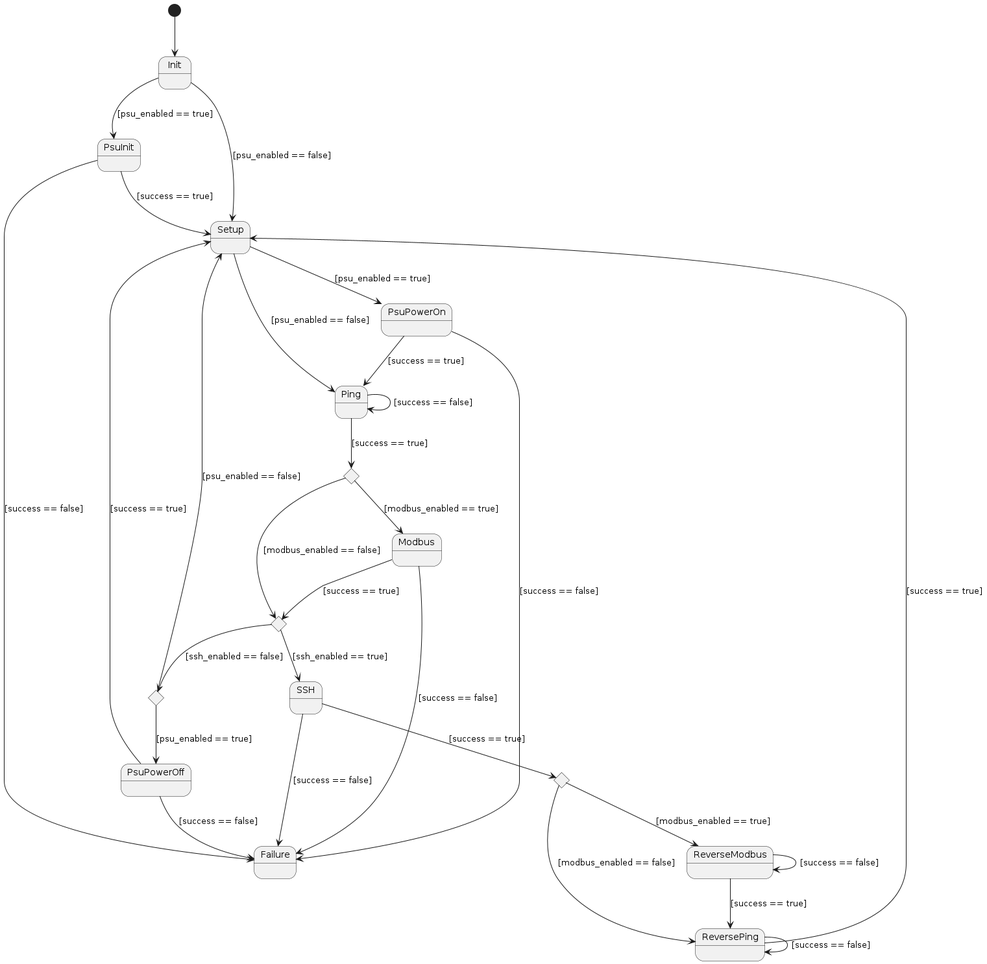
Before: assets/state_machine.png, a diagram exported from PlantUML (pixsys-electronics/PowerSupplyCycleTool).
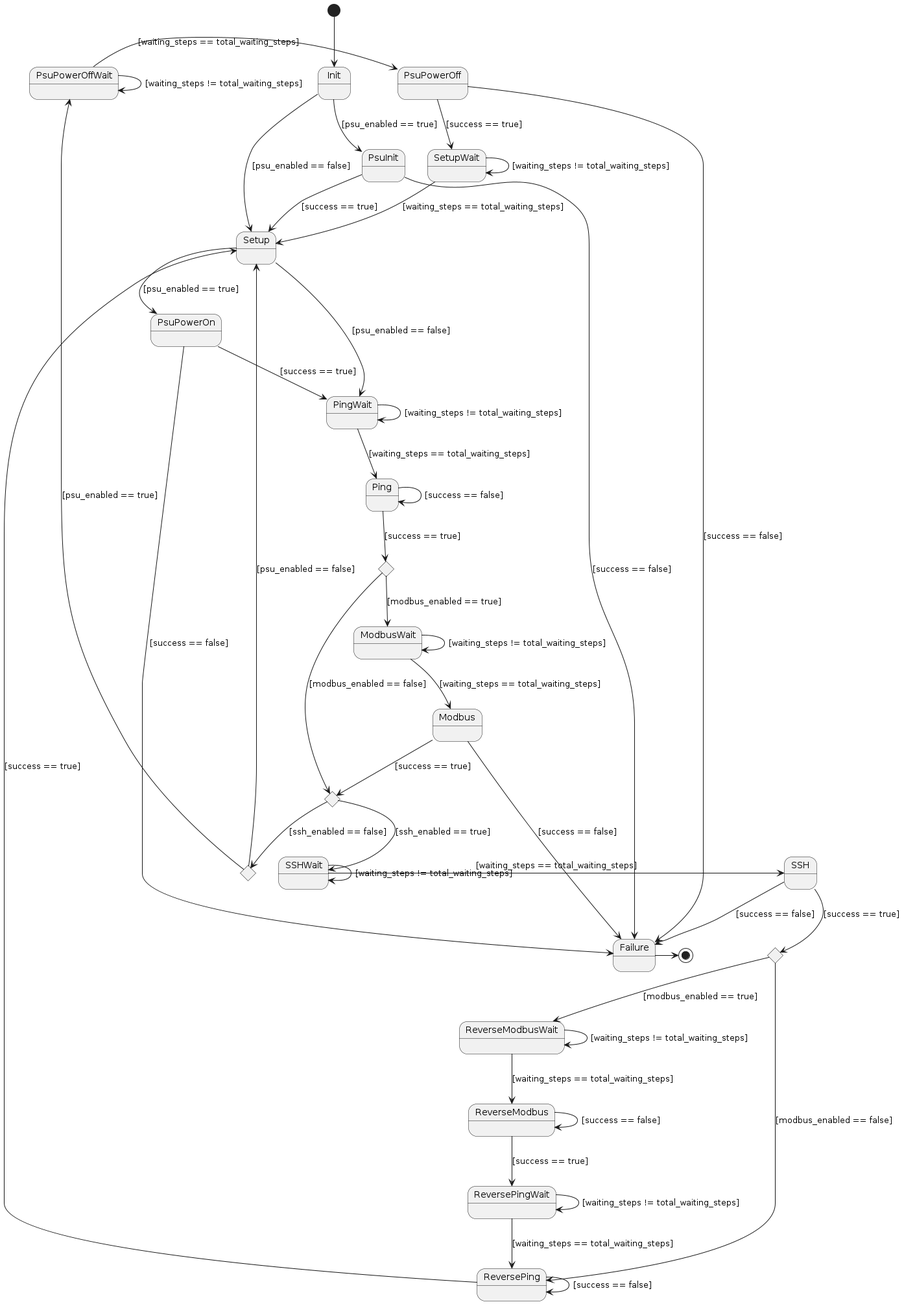
The same file after the commit.

Commit message:
update state machine image

The edit, as a diff of the source:
```diff
@@ -7,16 +7,16 @@
 state PingDecision3 <<choice>>
 state SSHDecision <<choice>>
 
-PingDecision --> Modbus : [modbus_enabled == true]
+PingDecision --> ModbusWait : [modbus_enabled == true]
 PingDecision --> PingDecision2 : [modbus_enabled == false]
 
-PingDecision2 --> SSH : [ssh_enabled == true]
+PingDecision2 --> SSHWait : [ssh_enabled == true]
 PingDecision2 --> PingDecision3 : [ssh_enabled == false]
 
-PingDecision3 --> PsuPowerOff : [psu_enabled == true]
+PingDecision3 --> PsuPowerOffWait : [psu_enabled == true]
 PingDecision3 --> Setup : [psu_enabled == false]
 
-SSHDecision --> ReverseModbus : [modbus_enabled == true]
+SSHDecision --> ReverseModbusWait : [modbus_enabled == true]
 SSHDecision --> ReversePing : [modbus_enabled == false]
 
 Init --> PsuInit : [psu_enabled == true]
@@ -25,28 +25,51 @@
 PsuInit --> Setup : [success == true]
 PsuInit --> Failure : [success == false]
 
+SetupWait --> Setup : [waiting_steps == total_waiting_steps]
+SetupWait --> SetupWait : [waiting_steps != total_waiting_steps]
+
 Setup --> PsuPowerOn : [psu_enabled == true]
-Setup --> Ping : [psu_enabled == false]
+Setup --> PingWait : [psu_enabled == false]
 
-PsuPowerOn --> Ping : [success == true]
+PsuPowerOn --> PingWait : [success == true]
 PsuPowerOn --> Failure : [success == false]
 
-PsuPowerOff --> Setup : [success == true]
+PingWait --> Ping : [waiting_steps == total_waiting_steps]
+PingWait --> PingWait : [waiting_steps != total_waiting_steps]
+
+PsuPowerOffWait -> PsuPowerOff : [waiting_steps == total_waiting_steps]
+PsuPowerOffWait -> PsuPowerOffWait : [waiting_steps != total_waiting_steps]
+
+PsuPowerOff --> SetupWait : [success == true]
 PsuPowerOff --> Failure : [success == false]
 
 Ping --> PingDecision : [success == true]
 Ping --> Ping: [success == false]
 
+ModbusWait --> Modbus : [waiting_steps == total_waiting_steps]
+ModbusWait --> ModbusWait : [waiting_steps != total_waiting_steps]
+
 Modbus --> PingDecision2 : [success == true]
 Modbus --> Failure : [success == false]
+
+SSHWait -> SSH : [waiting_steps == total_waiting_steps]
+SSHWait -> SSHWait : [waiting_steps != total_waiting_steps]
 
 SSH --> SSHDecision : [success == true]
 SSH --> Failure : [success == false]
 
+ReverseModbusWait --> ReverseModbus : [waiting_steps == total_waiting_steps]
+ReverseModbusWait --> ReverseModbusWait : [waiting_steps != total_waiting_steps]
+
 ReverseModbus --> ReverseModbus : [success == false]
-ReverseModbus --> ReversePing : [success == true]
+ReverseModbus --> ReversePingWait : [success == true]
+
+ReversePingWait --> ReversePing : [waiting_steps == total_waiting_steps]
+ReversePingWait --> ReversePingWait : [waiting_steps != total_waiting_steps]
 
 ReversePing --> ReversePing : [success == false]
 ReversePing --> Setup : [success == true]
 
+Failure -> [*]
+
 @enduml
```
